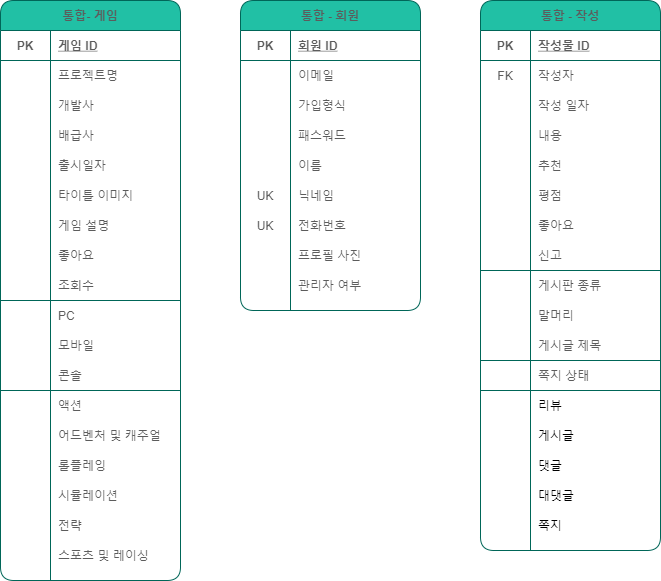
Above: MIMIC-use.drawio.png in Bolgasaliee/SZ.SecondFinal-Database (draw.io), before the change. Source tidied: cells renumbered, new cells last; positions are measured from the earlier drawing's top-left corner, leaving out a move shared by most shapes.
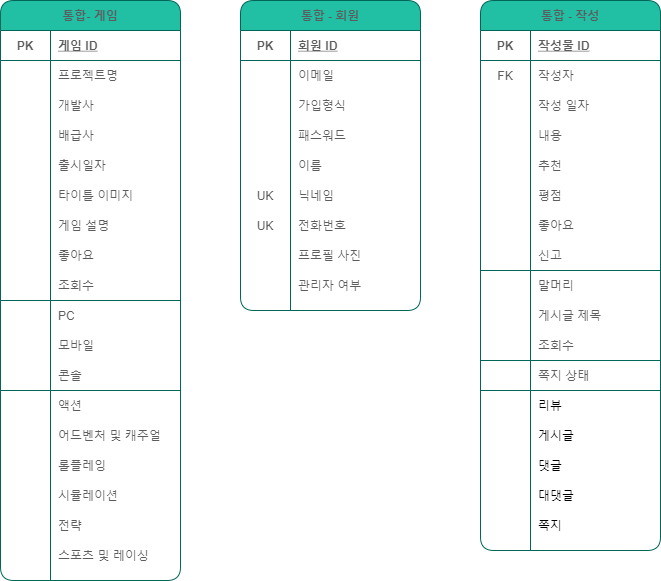
The same file after the commit.

Diff of the diagram source:
```diff
@@ -344,17 +344,8 @@
     <mxCell id="113" value="신고" style="shape=partialRectangle;fillColor=none;top=0;left=0;bottom=0;right=0;align=left;spacingLeft=6;fontStyle=0;overflow=hidden;strokeColor=#006658;fontColor=#5C5C5C;rounded=1;" parent="111" vertex="1">
       <mxGeometry x="50" width="130" height="30" as="geometry" />
     </mxCell>
-    <mxCell id="114" style="shape=partialRectangle;fillColor=none;top=0;left=0;bottom=0;right=0;strokeColor=#006658;fontColor=#5C5C5C;rounded=1;" parent="89" vertex="1">
-      <mxGeometry y="270" width="180" height="30" as="geometry" />
-    </mxCell>
-    <mxCell id="115" style="shape=partialRectangle;fillColor=none;top=0;left=0;bottom=0;right=0;overflow=hidden;strokeColor=#006658;fontColor=#5C5C5C;rounded=1;" parent="114" vertex="1">
-      <mxGeometry width="50" height="30" as="geometry" />
-    </mxCell>
-    <mxCell id="116" value="게시판 종류" style="shape=partialRectangle;fillColor=none;top=0;left=0;bottom=0;right=0;align=left;spacingLeft=6;overflow=hidden;strokeColor=#006658;fontColor=#5C5C5C;rounded=1;" parent="114" vertex="1">
-      <mxGeometry x="50" width="130" height="30" as="geometry" />
-    </mxCell>
     <mxCell id="117" style="shape=partialRectangle;fillColor=none;top=0;left=0;bottom=0;right=0;strokeColor=#006658;fontColor=#5C5C5C;rounded=1;" parent="89" vertex="1">
-      <mxGeometry y="300" width="180" height="30" as="geometry" />
+      <mxGeometry y="270" width="180" height="30" as="geometry" />
     </mxCell>
     <mxCell id="118" style="shape=partialRectangle;fillColor=none;top=0;left=0;bottom=0;right=0;overflow=hidden;strokeColor=#006658;fontColor=#5C5C5C;rounded=1;" parent="117" vertex="1">
       <mxGeometry width="50" height="30" as="geometry" />
@@ -362,13 +353,22 @@
     <mxCell id="119" value="말머리" style="shape=partialRectangle;fillColor=none;top=0;left=0;bottom=0;right=0;align=left;spacingLeft=6;overflow=hidden;strokeColor=#006658;fontColor=#5C5C5C;rounded=1;" parent="117" vertex="1">
       <mxGeometry x="50" width="130" height="30" as="geometry" />
     </mxCell>
+    <mxCell id="141" style="shape=partialRectangle;fillColor=none;top=0;left=0;bottom=0;right=0;strokeColor=#006658;fontColor=#5C5C5C;rounded=1;" parent="89" vertex="1">
+      <mxGeometry y="300" width="180" height="30" as="geometry" />
+    </mxCell>
+    <mxCell id="115" style="shape=partialRectangle;fillColor=none;top=0;left=0;bottom=0;right=0;overflow=hidden;strokeColor=#006658;fontColor=#5C5C5C;rounded=1;" parent="141" vertex="1">
+      <mxGeometry width="50" height="30" as="geometry" />
+    </mxCell>
+    <mxCell id="142" value="게시글 제목" style="shape=partialRectangle;fillColor=none;top=0;left=0;bottom=0;right=0;align=left;spacingLeft=6;overflow=hidden;strokeColor=#006658;fontColor=#5C5C5C;rounded=1;" parent="141" vertex="1">
+      <mxGeometry x="50" width="130" height="30" as="geometry" />
+    </mxCell>
     <mxCell id="120" style="shape=partialRectangle;fillColor=none;top=0;left=0;bottom=1;right=0;strokeColor=#006658;fontColor=#5C5C5C;rounded=1;" parent="89" vertex="1">
       <mxGeometry y="330" width="180" height="30" as="geometry" />
     </mxCell>
     <mxCell id="121" style="shape=partialRectangle;fillColor=none;top=0;left=0;bottom=0;right=0;fontStyle=1;overflow=hidden;strokeColor=#006658;fontColor=#5C5C5C;rounded=1;" parent="120" vertex="1">
       <mxGeometry width="50" height="30" as="geometry" />
     </mxCell>
-    <mxCell id="122" value="게시글 제목" style="shape=partialRectangle;fillColor=none;top=0;left=0;bottom=0;right=0;align=left;spacingLeft=6;fontStyle=0;overflow=hidden;strokeColor=#006658;fontColor=#5C5C5C;rounded=1;" parent="120" vertex="1">
+    <mxCell id="122" value="조회수" style="shape=partialRectangle;fillColor=none;top=0;left=0;bottom=0;right=0;align=left;spacingLeft=6;fontStyle=0;overflow=hidden;strokeColor=#006658;fontColor=#5C5C5C;rounded=1;" parent="120" vertex="1">
       <mxGeometry x="50" width="130" height="30" as="geometry" />
     </mxCell>
     <mxCell id="123" style="shape=partialRectangle;fillColor=none;top=0;left=0;bottom=1;right=0;strokeColor=#006658;fontColor=#5C5C5C;rounded=1;" parent="89" vertex="1">
```
